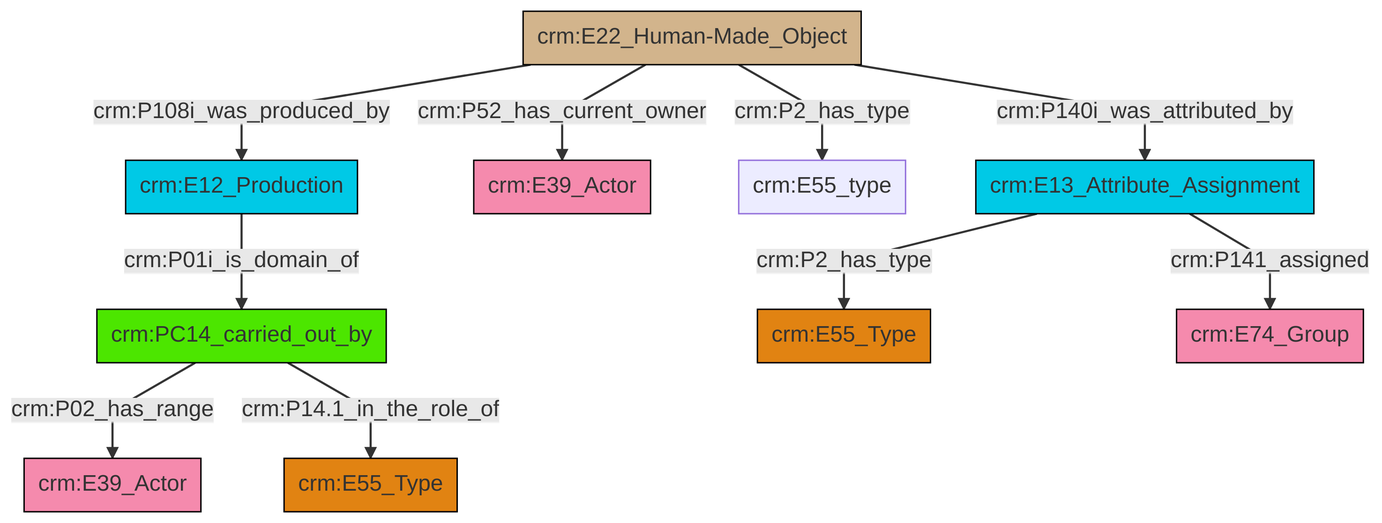
swiss-art-research-net/docs.swissartresearch keeps this Mermaid diagram as et/builtWorkCSV/ttl/mmd/png/Built_Work_actor_relations.png. Above is the earlier version. Its source is kept beside it as et/builtWorkCSV/ttl/mmd/Built_Work_actor_relations.ttl.mmd.
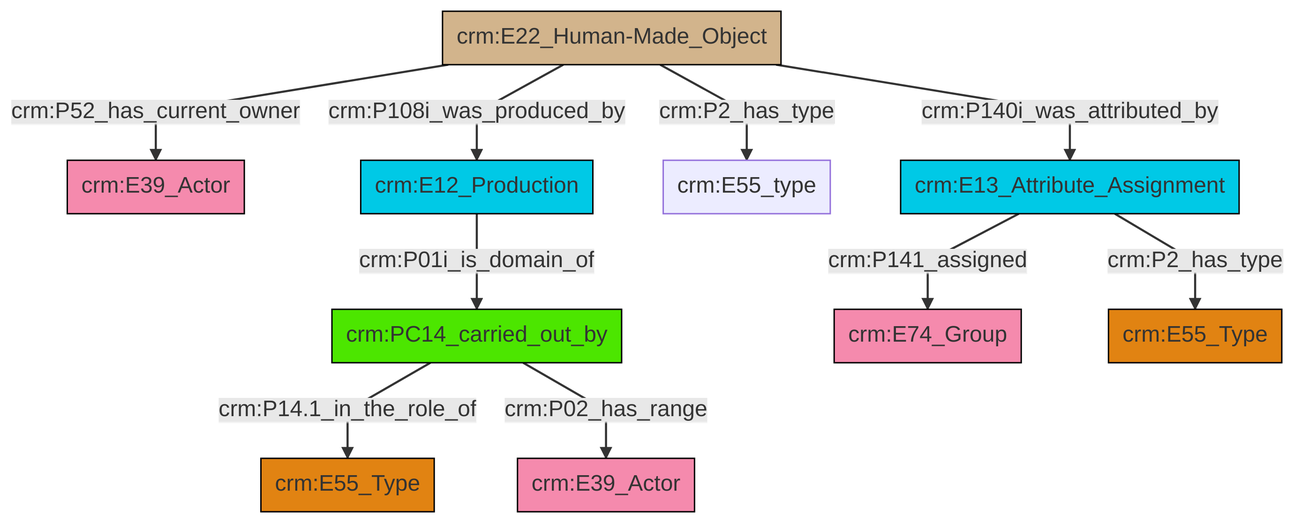
The same diagram one commit later.

Diff of the diagram source:
```diff
@@ -13,12 +13,12 @@
 classDef PC_Classes fill:#4ce600, stroke:#000000;
 classDef Multi fill:#cccccc,stroke:#000000;
 
-0["crm:E22_Human-Made_Object"]:::Physical_Thing -->|crm:P140i_was_attributed_by| 1["crm:E13_Attribute_Assignment"]:::Temporal_Entity
-0["crm:E22_Human-Made_Object"]:::Physical_Thing -->|crm:P52_has_current_owner| 2["crm:E39_Actor"]:::Actor
-0["crm:E22_Human-Made_Object"]:::Physical_Thing -->|crm:P2_has_type| 4["crm:E55_type"]:::Default
-5["crm:E12_Production"]:::Temporal_Entity -->|crm:P01i_is_domain_of| 6["crm:PC14_carried_out_by"]:::PC_Classes
-6["crm:PC14_carried_out_by"]:::PC_Classes -->|crm:P02_has_range| 9["crm:E39_Actor"]:::Actor
-6["crm:PC14_carried_out_by"]:::PC_Classes -->|crm:P14.1_in_the_role_of| 7["crm:E55_Type"]:::Type
-1["crm:E13_Attribute_Assignment"]:::Temporal_Entity -->|crm:P141_assigned| 14["crm:E74_Group"]:::Actor
-1["crm:E13_Attribute_Assignment"]:::Temporal_Entity -->|crm:P2_has_type| 10["crm:E55_Type"]:::Type
-0["crm:E22_Human-Made_Object"]:::Physical_Thing -->|crm:P108i_was_produced_by| 5["crm:E12_Production"]:::Temporal_Entity
+0["crm:E22_Human-Made_Object"]:::Physical_Thing -->|crm:P52_has_current_owner| 1["crm:E39_Actor"]:::Actor
+0["crm:E22_Human-Made_Object"]:::Physical_Thing -->|crm:P108i_was_produced_by| 4["crm:E12_Production"]:::Temporal_Entity
+0["crm:E22_Human-Made_Object"]:::Physical_Thing -->|crm:P2_has_type| 7["crm:E55_type"]:::Default
+8["crm:PC14_carried_out_by"]:::PC_Classes -->|crm:P14.1_in_the_role_of| 5["crm:E55_Type"]:::Type
+4["crm:E12_Production"]:::Temporal_Entity -->|crm:P01i_is_domain_of| 8["crm:PC14_carried_out_by"]:::PC_Classes
+11["crm:E13_Attribute_Assignment"]:::Temporal_Entity -->|crm:P141_assigned| 12["crm:E74_Group"]:::Actor
+11["crm:E13_Attribute_Assignment"]:::Temporal_Entity -->|crm:P2_has_type| 2["crm:E55_Type"]:::Type
+0["crm:E22_Human-Made_Object"]:::Physical_Thing -->|crm:P140i_was_attributed_by| 11["crm:E13_Attribute_Assignment"]:::Temporal_Entity
+8["crm:PC14_carried_out_by"]:::PC_Classes -->|crm:P02_has_range| 13["crm:E39_Actor"]:::Actor
```
